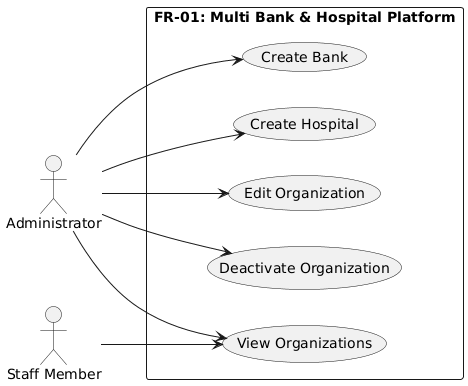
Before: docs/uml/Use Case/UC-01-Organizations.png, a diagram exported from PlantUML (TitanDevX/BloodBankPlatformUni). Its diagram source:
```plantuml
@startuml
left to right direction
skinparam packageStyle rectangle

actor "Administrator" as Admin
actor "Staff Member" as Staff

rectangle "FR-01: Multi Bank & Hospital Platform" {
    usecase "Create Bank" as UC1
    usecase "Create Hospital" as UC2
    usecase "Edit Organization" as UC3
    usecase "Deactivate Organization" as UC4
    usecase "View Organizations" as UC5
}

Admin --> UC1
Admin --> UC2
Admin --> UC3
Admin --> UC4
Admin --> UC5

Staff --> UC5
@enduml
```
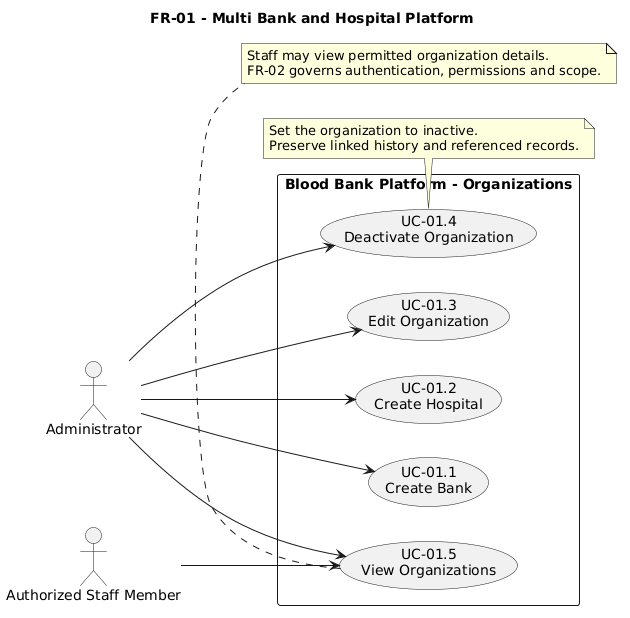
The same diagram one commit later.

Diff of the diagram source:
```diff
@@ -1,23 +1,28 @@
 @startuml
+title FR-01 - Multi Bank and Hospital Platform
 left to right direction
 skinparam packageStyle rectangle
-
 actor "Administrator" as Admin
-actor "Staff Member" as Staff
-
-rectangle "FR-01: Multi Bank & Hospital Platform" {
-    usecase "Create Bank" as UC1
-    usecase "Create Hospital" as UC2
-    usecase "Edit Organization" as UC3
-    usecase "Deactivate Organization" as UC4
-    usecase "View Organizations" as UC5
+actor "Authorized Staff Member" as Staff
+rectangle "Blood Bank Platform - Organizations" {
+  usecase "UC-01.1\nCreate Bank" as CreateBank
+  usecase "UC-01.2\nCreate Hospital" as CreateHospital
+  usecase "UC-01.3\nEdit Organization" as Edit
+  usecase "UC-01.4\nDeactivate Organization" as Deactivate
+  usecase "UC-01.5\nView Organizations" as View
 }
-
-Admin --> UC1
-Admin --> UC2
-Admin --> UC3
-Admin --> UC4
-Admin --> UC5
-
-Staff --> UC5
+Admin --> CreateBank
+Admin --> CreateHospital
+Admin --> Edit
+Admin --> Deactivate
+Admin --> View
+Staff --> View
+note bottom of Deactivate
+  Set the organization to inactive.
+  Preserve linked history and referenced records.
+end note
+note bottom of View
+  Staff may view permitted organization details.
+  FR-02 governs authentication, permissions and scope.
+end note
 @enduml
```
